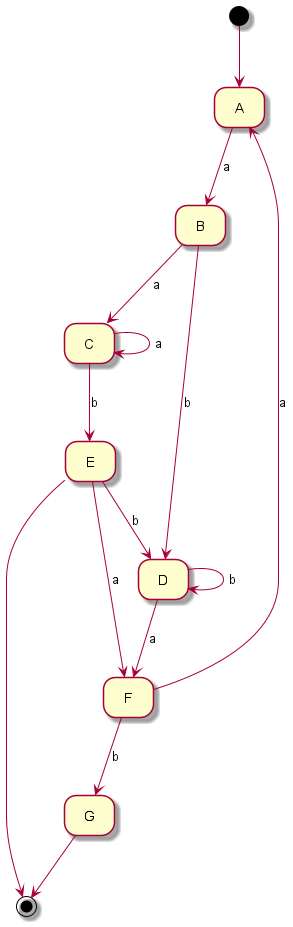
Earlier version of the PlantUML export images/generated_finite_automaton.png (felycianovac/LFA_labs).
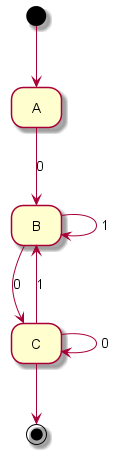
Above is the later version.

Commit message:
update project to latest state after lab presentation

Change to the diagram source:
```diff
@@ -2,23 +2,12 @@
 hide empty description
 state "A" as A
 state "B" as B
-state "C" as C
-state "D" as D
-state "E" as E <<final>>
-state "F" as F
-state "G" as G <<final>>
+state "C" as C <<final>>
 [*] --> A
-A --> B : a
-B --> C : a
-B --> D : b
-C --> C : a
-C --> E : b
-D --> F : a
-D --> D : b
-E --> F : a
-E --> D : b
-F --> A : a
-F --> G : b
-E --> [*]
-G --> [*]
+A --> B : 0
+B --> C : 0
+B --> B : 1
+C --> C : 0
+C --> B : 1
+C --> [*]
 @enduml
```
